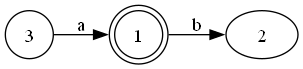
ZiadSheriif/AutoMajestic keeps this Graphviz diagram as output/min-dfa/min-dfa.gv.png. Above is the earlier version. Its source is kept beside it as output/min-dfa/min-dfa.gv.
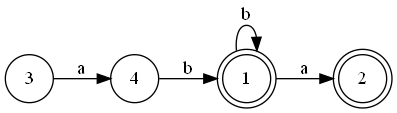
Above is the later version.

Diff of the diagram source:
```diff
@@ -1,7 +1,11 @@
 digraph MIN_DFA {
 	1 [shape=doublecircle]
-	1 -> 2 [label=b]
+	1 -> 2 [label=a]
+	1 -> 1 [label=b]
 	3 [shape=circle]
-	3 -> 1 [label=a]
+	3 -> 4 [label=a]
+	4 [shape=circle]
+	4 -> 1 [label=b]
+	2 [shape=doublecircle]
 	rankdir=LR
 }
```
